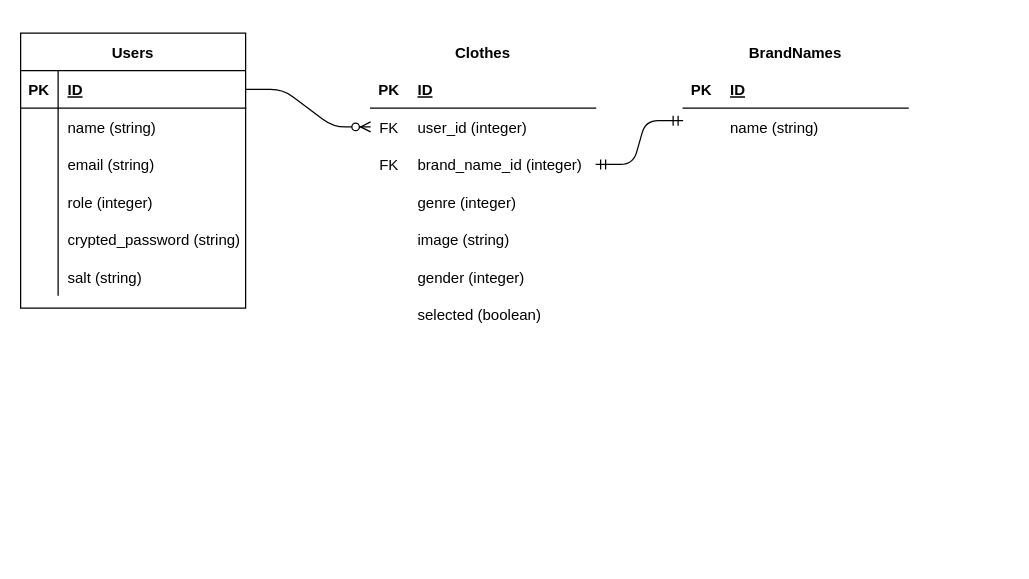
Before: er.drawio in kaze0000/LOOK, a draw.io diagram. Source tidied: cells renumbered, new cells numbered last; positions are measured from the earlier drawing's top-left corner, leaving out a move shared by most shapes. Both pictures are drawn from the tidied source at 125%, with x=0, y=0 at pixel (20, 32).
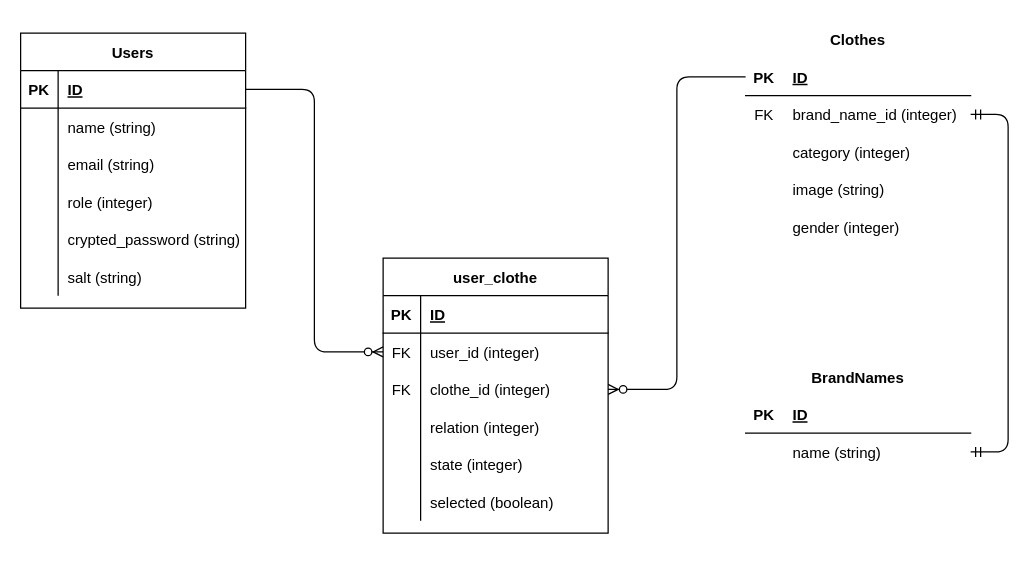
Above is the later version.

Unchanged cells that the change refers to:
```xml
<mxCell id="3" style="shape=partialRectangle;fillColor=none;top=0;left=0;bottom=1;right=0;points=[[0,0.5],[1,0.5]];portConstraint=eastwest;" parent="2" vertex="1">
  <mxGeometry y="30" width="180" height="30" as="geometry" />
</mxCell>
<mxCell id="22" style="shape=partialRectangle;fillColor=none;top=0;left=0;bottom=1;right=0;points=[[0,0.5],[1,0.5]];portConstraint=eastwest;" parent="21" vertex="1">
  <mxGeometry y="30" width="180" height="30" as="geometry" />
</mxCell>
<mxCell id="48" style="shape=partialRectangle;fillColor=none;top=0;left=0;bottom=0;right=0;points=[[0,0.5],[1,0.5]];portConstraint=eastwest;" parent="44" vertex="1">
  <mxGeometry y="60" width="180" height="30" as="geometry" />
</mxCell>
```

Change to the diagram source:
```diff
@@
     <mxCell id="21" value="Clothes" style="shape=table;startSize=30;childLayout=tableLayout;rowLines=0;fontStyle=1;align=center;strokeColor=#FFFFFF;" parent="1" vertex="1">
-      <mxGeometry x="280" width="180" height="240" as="geometry" />
+      <mxGeometry x="580" y="-10" width="180" height="180" as="geometry" />
     </mxCell>
@@
-    <mxCell id="25" style="shape=partialRectangle;fillColor=none;top=0;left=0;bottom=0;right=0;points=[[0,0.5],[1,0.5]];portConstraint=eastwest;" parent="21" vertex="1">
-      <mxGeometry y="60" width="180" height="30" as="geometry" />
-    </mxCell>
-    <mxCell id="26" value="FK" style="shape=partialRectangle;fillColor=none;top=0;left=0;bottom=0;right=0;overflow=hidden;" parent="25" vertex="1">
-      <mxGeometry width="30" height="30" as="geometry" />
-    </mxCell>
-    <mxCell id="27" value="user_id (integer)" style="shape=partialRectangle;fillColor=none;top=0;left=0;bottom=0;right=0;align=left;spacingLeft=6;overflow=hidden;" parent="25" vertex="1">
-      <mxGeometry x="30" width="150" height="30" as="geometry" />
-    </mxCell>
     <mxCell id="28" style="shape=partialRectangle;fillColor=none;top=0;left=0;bottom=0;right=0;points=[[0,0.5],[1,0.5]];portConstraint=eastwest;" parent="21" vertex="1">
-      <mxGeometry y="90" width="180" height="30" as="geometry" />
+      <mxGeometry y="60" width="180" height="30" as="geometry" />
     </mxCell>
@@
     <mxCell id="31" style="shape=partialRectangle;fillColor=none;top=0;left=0;bottom=0;right=0;" parent="21" vertex="1">
-      <mxGeometry y="120" width="180" height="30" as="geometry" />
+      <mxGeometry y="90" width="180" height="30" as="geometry" />
     </mxCell>
@@
-    <mxCell id="33" value="genre (integer)" style="shape=partialRectangle;fillColor=none;top=0;left=0;bottom=0;right=0;align=left;spacingLeft=6;overflow=hidden;" parent="31" vertex="1">
+    <mxCell id="33" value="category (integer)" style="shape=partialRectangle;fillColor=none;top=0;left=0;bottom=0;right=0;align=left;spacingLeft=6;overflow=hidden;" parent="31" vertex="1">
       <mxGeometry x="30" width="150" height="30" as="geometry" />
     </mxCell>
     <mxCell id="34" style="shape=partialRectangle;fillColor=none;top=0;left=0;bottom=0;right=0;" parent="21" vertex="1">
-      <mxGeometry y="150" width="180" height="30" as="geometry" />
+      <mxGeometry y="120" width="180" height="30" as="geometry" />
     </mxCell>
@@
     <mxCell id="37" style="shape=partialRectangle;fillColor=none;top=0;left=0;bottom=0;right=0;" parent="21" vertex="1">
-      <mxGeometry y="180" width="180" height="30" as="geometry" />
+      <mxGeometry y="150" width="180" height="30" as="geometry" />
     </mxCell>
@@
-    <mxCell id="40" style="shape=partialRectangle;fillColor=none;top=0;left=0;bottom=0;right=0;" parent="21" vertex="1">
-      <mxGeometry y="210" width="180" height="30" as="geometry" />
-    </mxCell>
-    <mxCell id="41" style="shape=partialRectangle;fillColor=none;top=0;left=0;bottom=0;right=0;overflow=hidden;" parent="40" vertex="1">
-      <mxGeometry width="30" height="30" as="geometry" />
-    </mxCell>
-    <mxCell id="42" value="selected (boolean)" style="shape=partialRectangle;fillColor=none;top=0;left=0;bottom=0;right=0;align=left;spacingLeft=6;overflow=hidden;" parent="40" vertex="1">
-      <mxGeometry x="30" width="150" height="30" as="geometry" />
-    </mxCell>
-    <mxCell id="43" style="fontSize=12;html=1;endArrow=ERzeroToMany;endFill=1;exitX=1;exitY=0.5;exitDx=0;exitDy=0;edgeStyle=entityRelationEdgeStyle;elbow=vertical;entryX=0;entryY=0.5;entryDx=0;entryDy=0;" parent="1" edge="1" source="3" target="25">
+    <mxCell id="43" style="fontSize=12;html=1;endArrow=ERzeroToMany;endFill=1;exitX=1;exitY=0.5;exitDx=0;exitDy=0;edgeStyle=orthogonalEdgeStyle;entryX=0;entryY=0.5;entryDx=0;entryDy=0;" parent="1" edge="1" source="3" target="25">
       <mxGeometry relative="1" as="geometry" />
     </mxCell>
     <mxCell id="44" value="BrandNames" style="shape=table;startSize=30;childLayout=tableLayout;rowLines=0;fontStyle=1;align=center;strokeColor=#FFFFFF;" parent="1" vertex="1">
-      <mxGeometry x="530" width="180" height="160" as="geometry" />
+      <mxGeometry x="580" y="260" width="180" height="160" as="geometry" />
     </mxCell>
@@
-    <mxCell id="57" style="edgeStyle=entityRelationEdgeStyle;fontSize=12;html=1;endArrow=ERmandOne;startArrow=ERmandOne;" parent="1" edge="1" source="28">
-      <mxGeometry relative="1" as="geometry">
-        <mxPoint x="530" y="70" as="targetPoint" />
-      </mxGeometry>
+    <mxCell id="57" style="edgeStyle=entityRelationEdgeStyle;fontSize=12;html=1;endArrow=ERmandOne;startArrow=ERmandOne;" parent="1" edge="1" source="28" target="48">
+      <mxGeometry relative="1" as="geometry" />
     </mxCell>
+    <mxCell id="58" value="user_clothe" style="shape=table;startSize=30;childLayout=tableLayout;rowLines=0;fontStyle=1;align=center;" parent="1" vertex="1">
+      <mxGeometry x="290" y="180" width="180" height="220" as="geometry" />
+    </mxCell>
+    <mxCell id="59" style="shape=partialRectangle;fillColor=none;top=0;left=0;bottom=1;right=0;" parent="58" vertex="1">
+      <mxGeometry y="30" width="180" height="30" as="geometry" />
+    </mxCell>
+    <mxCell id="60" value="PK" style="shape=partialRectangle;fillColor=none;top=0;left=0;bottom=0;right=0;fontStyle=1;overflow=hidden;" parent="59" vertex="1">
+      <mxGeometry width="30" height="30" as="geometry" />
+    </mxCell>
+    <mxCell id="61" value="ID" style="shape=partialRectangle;fillColor=none;top=0;left=0;bottom=0;right=0;align=left;spacingLeft=6;fontStyle=5;overflow=hidden;" parent="59" vertex="1">
+      <mxGeometry x="30" width="150" height="30" as="geometry" />
+    </mxCell>
+    <mxCell id="25" style="shape=partialRectangle;fillColor=none;top=0;left=0;bottom=0;right=0;points=[[0,0.5],[1,0.5]];portConstraint=eastwest;" parent="58" vertex="1">
+      <mxGeometry y="60" width="180" height="30" as="geometry" />
+    </mxCell>
+    <mxCell id="62" value="FK" style="shape=partialRectangle;fillColor=none;top=0;left=0;bottom=0;right=0;overflow=hidden;" parent="25" vertex="1">
+      <mxGeometry width="30" height="30" as="geometry" />
+    </mxCell>
+    <mxCell id="27" value="user_id (integer)" style="shape=partialRectangle;fillColor=none;top=0;left=0;bottom=0;right=0;align=left;spacingLeft=6;overflow=hidden;" parent="25" vertex="1">
+      <mxGeometry x="30" width="150" height="30" as="geometry" />
+    </mxCell>
+    <mxCell id="63" style="shape=partialRectangle;fillColor=none;top=0;left=0;bottom=0;right=0;points=[[0,0.5],[1,0.5]];portConstraint=eastwest;" parent="58" vertex="1">
+      <mxGeometry y="90" width="180" height="30" as="geometry" />
+    </mxCell>
+    <mxCell id="64" value="FK" style="shape=partialRectangle;fillColor=none;top=0;left=0;bottom=0;right=0;overflow=hidden;" parent="63" vertex="1">
+      <mxGeometry width="30" height="30" as="geometry" />
+    </mxCell>
+    <mxCell id="65" value="clothe_id (integer)" style="shape=partialRectangle;fillColor=none;top=0;left=0;bottom=0;right=0;align=left;spacingLeft=6;overflow=hidden;" parent="63" vertex="1">
+      <mxGeometry x="30" width="150" height="30" as="geometry" />
+    </mxCell>
+    <mxCell id="66" style="shape=partialRectangle;fillColor=none;top=0;left=0;bottom=0;right=0;" parent="58" vertex="1">
+      <mxGeometry y="120" width="180" height="30" as="geometry" />
+    </mxCell>
+    <mxCell id="67" style="shape=partialRectangle;fillColor=none;top=0;left=0;bottom=0;right=0;overflow=hidden;" parent="66" vertex="1">
+      <mxGeometry width="30" height="30" as="geometry" />
+    </mxCell>
+    <mxCell id="68" value="relation (integer)" style="shape=partialRectangle;fillColor=none;top=0;left=0;bottom=0;right=0;align=left;spacingLeft=6;overflow=hidden;" parent="66" vertex="1">
+      <mxGeometry x="30" width="150" height="30" as="geometry" />
+    </mxCell>
+    <mxCell id="69" style="shape=partialRectangle;fillColor=none;top=0;left=0;bottom=0;right=0;" parent="58" vertex="1">
+      <mxGeometry y="150" width="180" height="30" as="geometry" />
+    </mxCell>
+    <mxCell id="70" style="shape=partialRectangle;fillColor=none;top=0;left=0;bottom=0;right=0;overflow=hidden;" parent="69" vertex="1">
+      <mxGeometry width="30" height="30" as="geometry" />
+    </mxCell>
+    <mxCell id="71" value="state (integer)" style="shape=partialRectangle;fillColor=none;top=0;left=0;bottom=0;right=0;align=left;spacingLeft=6;overflow=hidden;" parent="69" vertex="1">
+      <mxGeometry x="30" width="150" height="30" as="geometry" />
+    </mxCell>
+    <mxCell id="72" style="shape=partialRectangle;fillColor=none;top=0;left=0;bottom=0;right=0;" parent="58" vertex="1">
+      <mxGeometry y="180" width="180" height="30" as="geometry" />
+    </mxCell>
+    <mxCell id="73" style="shape=partialRectangle;fillColor=none;top=0;left=0;bottom=0;right=0;overflow=hidden;" parent="72" vertex="1">
+      <mxGeometry width="30" height="30" as="geometry" />
+    </mxCell>
+    <mxCell id="42" value="selected (boolean)" style="shape=partialRectangle;fillColor=none;top=0;left=0;bottom=0;right=0;align=left;spacingLeft=6;overflow=hidden;" parent="72" vertex="1">
+      <mxGeometry x="30" width="150" height="30" as="geometry" />
+    </mxCell>
+    <mxCell id="74" style="fontSize=12;html=1;endArrow=ERzeroToMany;endFill=1;edgeStyle=orthogonalEdgeStyle;entryX=1;entryY=0.5;entryDx=0;entryDy=0;exitX=0;exitY=0.5;exitDx=0;exitDy=0;" parent="1" edge="1" source="22" target="63">
+      <mxGeometry relative="1" as="geometry" />
+    </mxCell>
```
